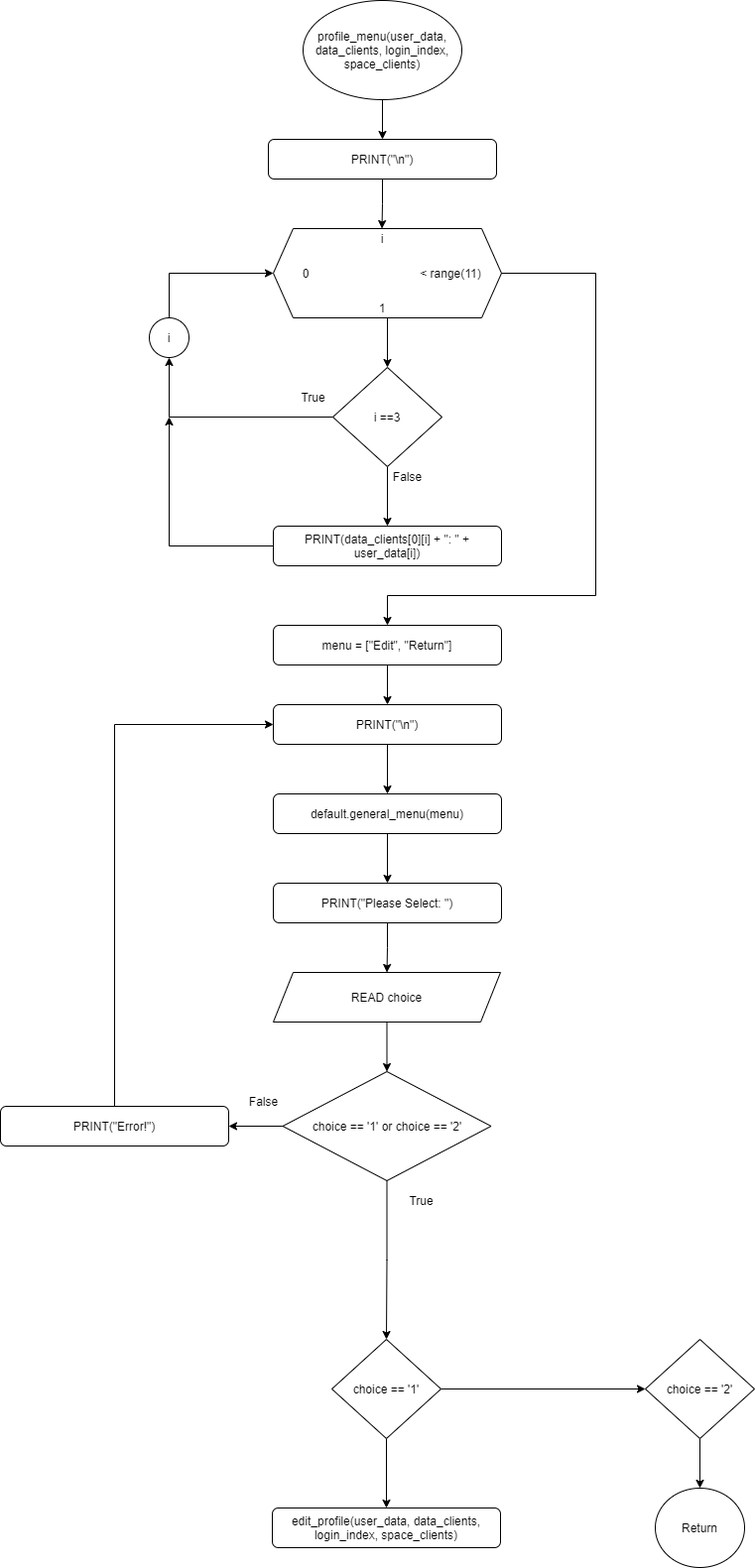
Before: Flowchart/clients/profile_menu.png, a diagram exported from draw.io (RabbitBear00/Car-Rental-System). Source tidied: cells renumbered, new cells last; positions are measured from the earlier drawing's top-left corner, leaving out a move shared by most shapes. Source of this version:
```xml
<mxGraphModel>
  <root>
    <mxCell id="0" />
    <mxCell id="1" parent="0" />
    <mxCell id="2" style="edgeStyle=orthogonalEdgeStyle;rounded=0;jettySize=auto;html=1;" parent="1" edge="1" source="3" target="11">
      <mxGeometry relative="1" as="geometry" />
    </mxCell>
    <mxCell id="3" value="profile_menu(user_data, data_clients, login_index, space_clients)" style="ellipse;whiteSpace=wrap;html=1;" parent="1" vertex="1">
      <mxGeometry x="305" width="160" height="100" as="geometry" />
    </mxCell>
    <mxCell id="4" style="group;" parent="1" vertex="1">
      <mxGeometry x="275" y="230" width="230" height="90" as="geometry" />
    </mxCell>
    <mxCell id="5" style="shape=hexagon;perimeter=hexagonPerimeter2;whiteSpace=wrap;html=1;fixedSize=1;" parent="4" vertex="1">
      <mxGeometry width="230" height="90" as="geometry" />
    </mxCell>
    <mxCell id="6" value="i" style="text;html=1;strokeColor=none;fillColor=none;align=center;verticalAlign=middle;whiteSpace=wrap;rounded=0;" parent="4" vertex="1">
      <mxGeometry x="87.6" width="43.8" height="20" as="geometry" />
    </mxCell>
    <mxCell id="7" value="0" style="text;html=1;strokeColor=none;fillColor=none;align=center;verticalAlign=middle;whiteSpace=wrap;rounded=0;" parent="4" vertex="1">
      <mxGeometry x="11" y="35" width="43.8" height="20" as="geometry" />
    </mxCell>
    <mxCell id="8" value="1" style="text;html=1;strokeColor=none;fillColor=none;align=center;verticalAlign=middle;whiteSpace=wrap;rounded=0;" parent="4" vertex="1">
      <mxGeometry x="87.6" y="70" width="43.8" height="20" as="geometry" />
    </mxCell>
    <mxCell id="9" value="&amp;lt; range(11)" style="text;html=1;strokeColor=none;fillColor=none;align=center;verticalAlign=middle;whiteSpace=wrap;rounded=0;" parent="4" vertex="1">
      <mxGeometry x="145" y="35" width="68.1" height="20" as="geometry" />
    </mxCell>
    <mxCell id="10" style="edgeStyle=orthogonalEdgeStyle;rounded=0;jettySize=auto;html=1;exitX=0.5;exitY=1;exitDx=0;exitDy=0;" parent="1" edge="1" source="11" target="6">
      <mxGeometry relative="1" as="geometry" />
    </mxCell>
    <mxCell id="11" value="PRINT(&quot;\n&quot;)" style="rounded=1;whiteSpace=wrap;html=1;" parent="1" vertex="1">
      <mxGeometry x="270" y="140" width="230" height="40" as="geometry" />
    </mxCell>
    <mxCell id="12" style="edgeStyle=orthogonalEdgeStyle;rounded=0;jettySize=auto;html=1;" parent="1" edge="1" source="14" target="16">
      <mxGeometry relative="1" as="geometry" />
    </mxCell>
    <mxCell id="13" style="edgeStyle=orthogonalEdgeStyle;rounded=0;jettySize=auto;html=1;entryX=0.5;entryY=1;entryDx=0;entryDy=0;" parent="1" edge="1" source="14" target="45">
      <mxGeometry relative="1" as="geometry" />
    </mxCell>
    <mxCell id="14" value="i ==3" style="rhombus;whiteSpace=wrap;html=1;" parent="1" vertex="1">
      <mxGeometry x="335" y="370" width="110" height="100" as="geometry" />
    </mxCell>
    <mxCell id="15" style="edgeStyle=orthogonalEdgeStyle;rounded=0;jettySize=auto;html=1;exitX=0;exitY=0.5;exitDx=0;exitDy=0;" parent="1" edge="1" source="16">
      <mxGeometry relative="1" as="geometry">
        <mxPoint x="170" y="420" as="targetPoint" />
      </mxGeometry>
    </mxCell>
    <mxCell id="16" value="PRINT(data_clients[0][i] + &quot;: &quot; + user_data[i])" style="rounded=1;whiteSpace=wrap;html=1;" parent="1" vertex="1">
      <mxGeometry x="275" y="530" width="230" height="40" as="geometry" />
    </mxCell>
    <mxCell id="17" style="edgeStyle=orthogonalEdgeStyle;rounded=0;jettySize=auto;html=1;" parent="1" edge="1" source="18" target="23">
      <mxGeometry relative="1" as="geometry" />
    </mxCell>
    <mxCell id="18" value="menu = [&quot;Edit&quot;, &quot;Return&quot;]" style="rounded=1;whiteSpace=wrap;html=1;" parent="1" vertex="1">
      <mxGeometry x="275" y="630" width="230" height="40" as="geometry" />
    </mxCell>
    <mxCell id="19" style="edgeStyle=orthogonalEdgeStyle;rounded=0;jettySize=auto;html=1;" parent="1" edge="1" source="21" target="31">
      <mxGeometry relative="1" as="geometry" />
    </mxCell>
    <mxCell id="20" style="edgeStyle=orthogonalEdgeStyle;rounded=0;jettySize=auto;html=1;entryX=0.5;entryY=0;entryDx=0;entryDy=0;" parent="1" edge="1" source="21" target="34">
      <mxGeometry relative="1" as="geometry" />
    </mxCell>
    <mxCell id="21" value="choice == '1' or choice == '2'" style="rhombus;whiteSpace=wrap;html=1;" parent="1" vertex="1">
      <mxGeometry x="284.5" y="1080" width="210" height="110" as="geometry" />
    </mxCell>
    <mxCell id="22" style="edgeStyle=orthogonalEdgeStyle;rounded=0;jettySize=auto;html=1;" parent="1" edge="1" source="23" target="25">
      <mxGeometry relative="1" as="geometry" />
    </mxCell>
    <mxCell id="23" value="PRINT(&quot;\n&quot;)" style="rounded=1;whiteSpace=wrap;html=1;" parent="1" vertex="1">
      <mxGeometry x="275" y="710" width="230" height="40" as="geometry" />
    </mxCell>
    <mxCell id="24" style="edgeStyle=orthogonalEdgeStyle;rounded=0;jettySize=auto;html=1;" parent="1" edge="1" source="25" target="27">
      <mxGeometry relative="1" as="geometry" />
    </mxCell>
    <mxCell id="25" value="default.general_menu(menu)" style="rounded=1;whiteSpace=wrap;html=1;" parent="1" vertex="1">
      <mxGeometry x="275" y="800" width="230" height="40" as="geometry" />
    </mxCell>
    <mxCell id="26" style="edgeStyle=orthogonalEdgeStyle;rounded=0;jettySize=auto;html=1;" parent="1" edge="1" source="27" target="29">
      <mxGeometry relative="1" as="geometry" />
    </mxCell>
    <mxCell id="27" value="PRINT(&quot;Please Select: &quot;)" style="rounded=1;whiteSpace=wrap;html=1;" parent="1" vertex="1">
      <mxGeometry x="275" y="890" width="230" height="40" as="geometry" />
    </mxCell>
    <mxCell id="28" style="edgeStyle=orthogonalEdgeStyle;rounded=0;jettySize=auto;html=1;" parent="1" edge="1" source="29" target="21">
      <mxGeometry relative="1" as="geometry" />
    </mxCell>
    <mxCell id="29" value="READ choice" style="shape=parallelogram;perimeter=parallelogramPerimeter;whiteSpace=wrap;html=1;fixedSize=1;" parent="1" vertex="1">
      <mxGeometry x="275" y="980" width="229" height="50" as="geometry" />
    </mxCell>
    <mxCell id="30" style="edgeStyle=orthogonalEdgeStyle;rounded=0;jettySize=auto;html=1;exitX=0.5;exitY=0;exitDx=0;exitDy=0;entryX=0;entryY=0.5;entryDx=0;entryDy=0;" parent="1" edge="1" source="31" target="23">
      <mxGeometry relative="1" as="geometry" />
    </mxCell>
    <mxCell id="31" value="PRINT(&quot;Error!&quot;)" style="rounded=1;whiteSpace=wrap;html=1;" parent="1" vertex="1">
      <mxGeometry y="1115" width="230" height="40" as="geometry" />
    </mxCell>
    <mxCell id="32" style="edgeStyle=orthogonalEdgeStyle;rounded=0;jettySize=auto;html=1;exitX=1;exitY=0.5;exitDx=0;exitDy=0;entryX=0;entryY=0.5;entryDx=0;entryDy=0;" parent="1" edge="1" source="34" target="36">
      <mxGeometry relative="1" as="geometry" />
    </mxCell>
    <mxCell id="33" style="edgeStyle=orthogonalEdgeStyle;rounded=0;jettySize=auto;html=1;" parent="1" edge="1" source="34" target="37">
      <mxGeometry relative="1" as="geometry" />
    </mxCell>
    <mxCell id="34" value="choice == '1'" style="rhombus;whiteSpace=wrap;html=1;" parent="1" vertex="1">
      <mxGeometry x="334" y="1350" width="110" height="100" as="geometry" />
    </mxCell>
    <mxCell id="35" style="edgeStyle=orthogonalEdgeStyle;rounded=0;jettySize=auto;html=1;exitX=0.5;exitY=1;exitDx=0;exitDy=0;entryX=0.5;entryY=0;entryDx=0;entryDy=0;" parent="1" edge="1" source="36" target="38">
      <mxGeometry relative="1" as="geometry" />
    </mxCell>
    <mxCell id="36" value="choice == '2'" style="rhombus;whiteSpace=wrap;html=1;" parent="1" vertex="1">
      <mxGeometry x="650" y="1350" width="110" height="100" as="geometry" />
    </mxCell>
    <mxCell id="37" value="edit_profile(user_data, data_clients, login_index, space_clients)" style="rounded=1;whiteSpace=wrap;html=1;" parent="1" vertex="1">
      <mxGeometry x="274" y="1520" width="230" height="40" as="geometry" />
    </mxCell>
    <mxCell id="38" value="Return" style="ellipse;whiteSpace=wrap;html=1;" parent="1" vertex="1">
      <mxGeometry x="660" y="1500" width="90" height="80" as="geometry" />
    </mxCell>
    <mxCell id="39" style="edgeStyle=orthogonalEdgeStyle;rounded=0;jettySize=auto;html=1;" parent="1" edge="1" source="5" target="14">
      <mxGeometry relative="1" as="geometry" />
    </mxCell>
    <mxCell id="40" value="True" style="text;html=1;align=center;verticalAlign=middle;strokeColor=none;" parent="1" vertex="1">
      <mxGeometry x="295" y="390" width="40" height="20" as="geometry" />
    </mxCell>
    <mxCell id="41" value="False" style="text;html=1;align=center;verticalAlign=middle;strokeColor=none;" parent="1" vertex="1">
      <mxGeometry x="390" y="470" width="40" height="20" as="geometry" />
    </mxCell>
    <mxCell id="42" value="False" style="text;html=1;align=center;verticalAlign=middle;strokeColor=none;" parent="1" vertex="1">
      <mxGeometry x="244.5" y="1100" width="40" height="20" as="geometry" />
    </mxCell>
    <mxCell id="43" value="True" style="text;html=1;align=center;verticalAlign=middle;strokeColor=none;" parent="1" vertex="1">
      <mxGeometry x="404" y="1200" width="40" height="20" as="geometry" />
    </mxCell>
    <mxCell id="44" style="edgeStyle=orthogonalEdgeStyle;rounded=0;jettySize=auto;html=1;entryX=0;entryY=0.5;entryDx=0;entryDy=0;" parent="1" edge="1" source="45" target="5">
      <mxGeometry relative="1" as="geometry">
        <Array as="points">
          <mxPoint x="170" y="275" />
        </Array>
      </mxGeometry>
    </mxCell>
    <mxCell id="45" value="i" style="ellipse;whiteSpace=wrap;html=1;" parent="1" vertex="1">
      <mxGeometry x="150" y="320" width="40" height="40" as="geometry" />
    </mxCell>
    <mxCell id="46" style="edgeStyle=orthogonalEdgeStyle;rounded=0;jettySize=auto;html=1;exitX=1;exitY=0.5;exitDx=0;exitDy=0;entryX=0.5;entryY=0;entryDx=0;entryDy=0;" parent="1" edge="1" source="5" target="18">
      <mxGeometry relative="1" as="geometry">
        <Array as="points">
          <mxPoint x="600" y="275" />
          <mxPoint x="600" y="600" />
          <mxPoint x="390" y="600" />
        </Array>
      </mxGeometry>
    </mxCell>
  </root>
</mxGraphModel>
```
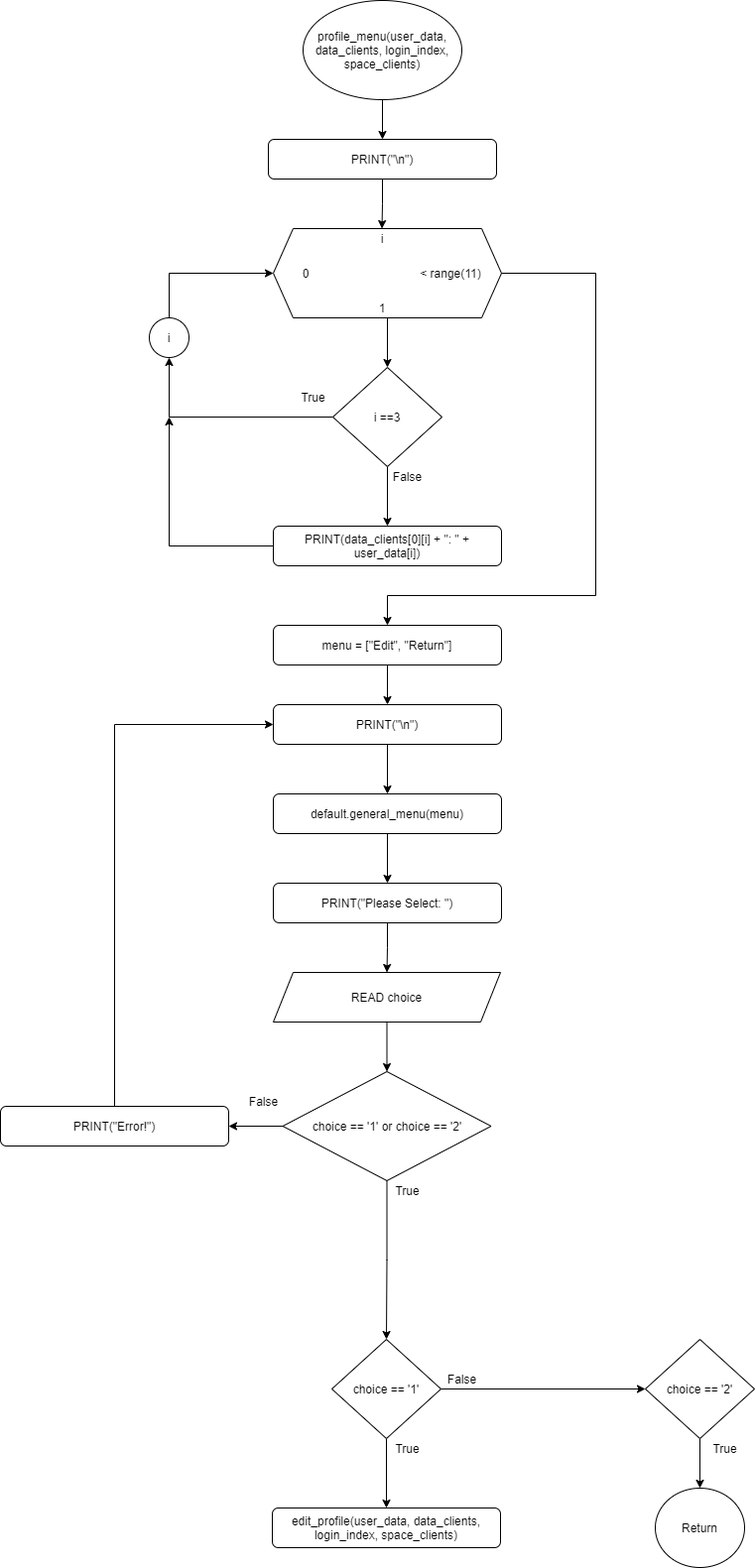
After the change.

The edit, as a diff of the source:
```diff
@@ -128,7 +128,7 @@
       <mxGeometry x="244.5" y="1100" width="40" height="20" as="geometry" />
     </mxCell>
     <mxCell id="43" value="True" style="text;html=1;align=center;verticalAlign=middle;strokeColor=none;" parent="1" vertex="1">
-      <mxGeometry x="404" y="1200" width="40" height="20" as="geometry" />
+      <mxGeometry x="390" y="1190" width="40" height="20" as="geometry" />
     </mxCell>
     <mxCell id="44" style="edgeStyle=orthogonalEdgeStyle;rounded=0;jettySize=auto;html=1;entryX=0;entryY=0.5;entryDx=0;entryDy=0;" parent="1" edge="1" source="45" target="5">
       <mxGeometry relative="1" as="geometry">
@@ -149,5 +149,14 @@
         </Array>
       </mxGeometry>
     </mxCell>
+    <mxCell id="47" value="True" style="text;html=1;align=center;verticalAlign=middle;strokeColor=none;" parent="1" vertex="1">
+      <mxGeometry x="390" y="1450" width="40" height="20" as="geometry" />
+    </mxCell>
+    <mxCell id="48" value="True" style="text;html=1;align=center;verticalAlign=middle;strokeColor=none;" parent="1" vertex="1">
+      <mxGeometry x="710" y="1450" width="40" height="20" as="geometry" />
+    </mxCell>
+    <mxCell id="49" value="False" style="text;html=1;align=center;verticalAlign=middle;strokeColor=none;" parent="1" vertex="1">
+      <mxGeometry x="445" y="1380" width="40" height="20" as="geometry" />
+    </mxCell>
   </root>
 </mxGraphModel>
```
